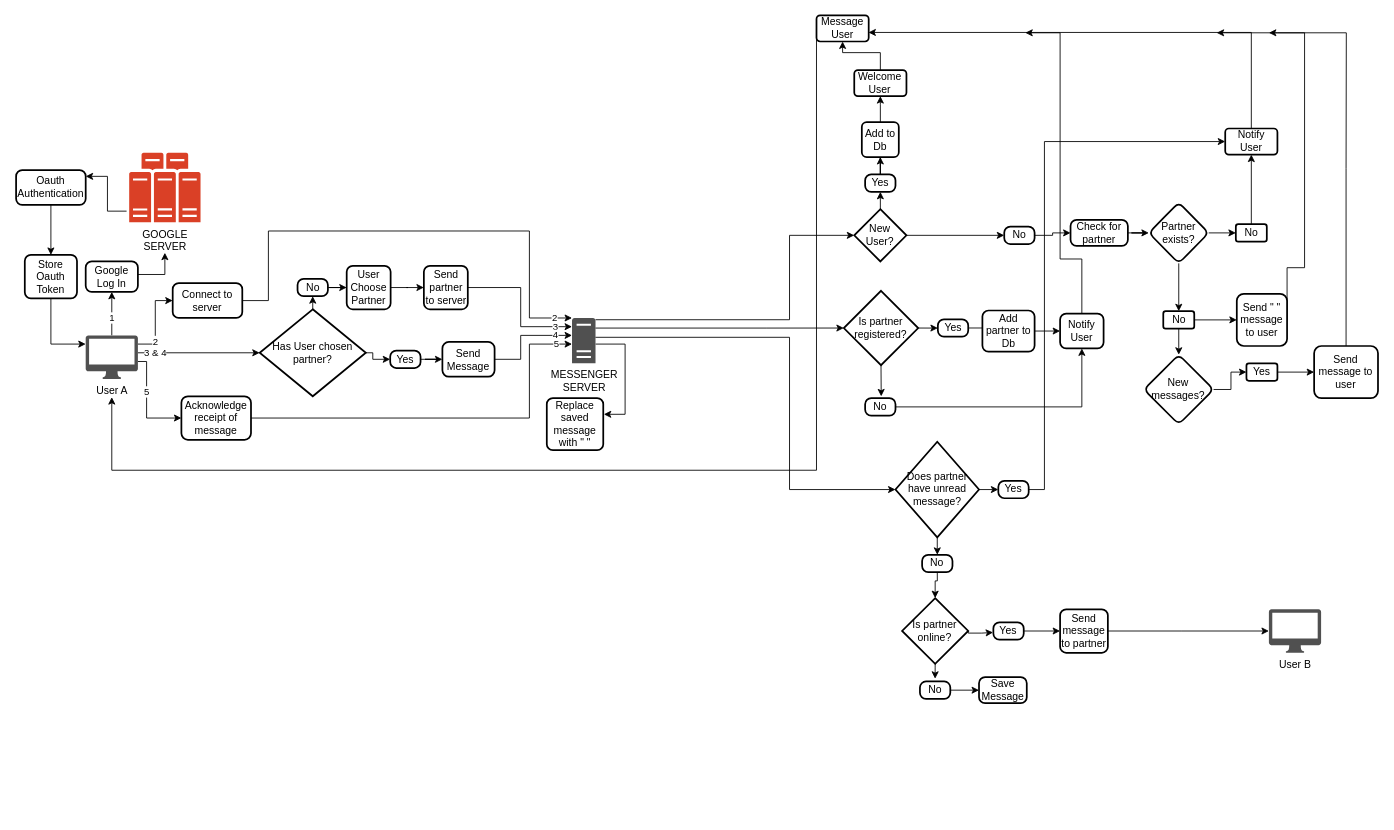
Above: mini_messenger_flowchart.drawio in gitupwithit/mini_messenger_extension (draw.io), before the change. Source tidied: cells renumbered, new cells numbered last; positions are measured from the earlier drawing's top-left corner, leaving out a move shared by most shapes. Both pictures are drawn from the tidied source at 87%, with x=0, y=0 at pixel (16, 15).
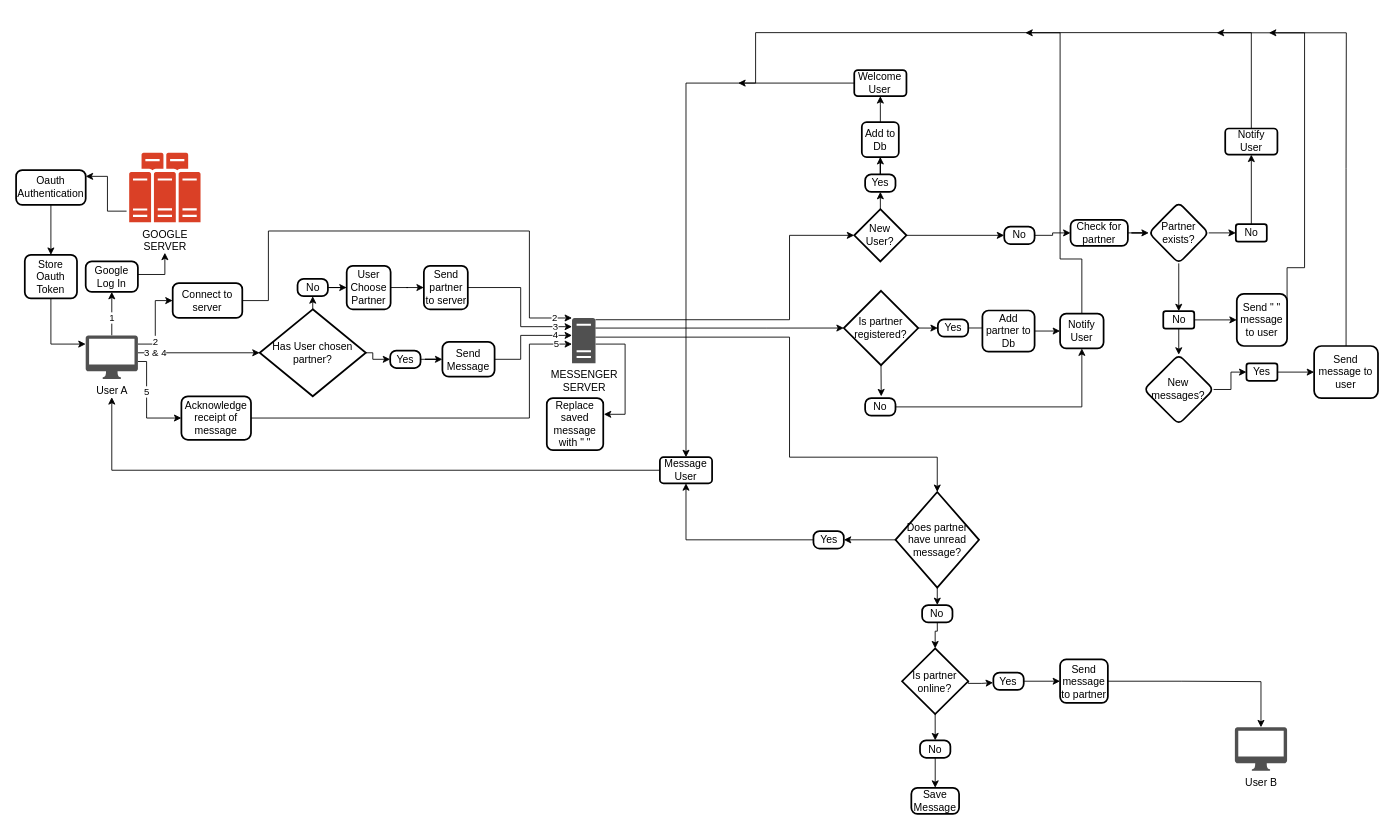
After the change.

The change refers to these unchanged cells:
```xml
<mxCell id="11" value="MESSENGER&lt;br&gt;SERVER" style="sketch=0;shadow=0;dashed=0;html=1;strokeColor=none;fillColor=#505050;labelPosition=center;verticalLabelPosition=bottom;verticalAlign=top;outlineConnect=0;align=center;shape=mxgraph.office.servers.server_generic;points=[[0.11,0.94,0,0,0],[0.5,1,0,0,34],[1,1,0,2,3]];" parent="1" vertex="1">
  <mxGeometry x="639" y="348" width="27" height="52" as="geometry" />
</mxCell>
<mxCell id="40" value="Notify&lt;div&gt;User&lt;/div&gt;" style="whiteSpace=wrap;html=1;rounded=1;arcSize=14;strokeWidth=2;" parent="1" vertex="1">
  <mxGeometry x="1389.8" y="130.2" width="60" height="30" as="geometry" />
</mxCell>
```

Diff of the diagram source:
```diff
@@
-    <mxCell id="39" style="edgeStyle=orthogonalEdgeStyle;rounded=0;jettySize=auto;html=1;exitX=0.5;exitY=0;exitDx=0;exitDy=0;entryX=0.995;entryY=0.653;entryDx=0;entryDy=0;entryPerimeter=0;" parent="1" edge="1" source="40" target="99">
+    <mxCell id="39" style="edgeStyle=orthogonalEdgeStyle;rounded=0;jettySize=auto;html=1;exitX=0.5;exitY=0;exitDx=0;exitDy=0;" parent="1" edge="1" source="40">
       <mxGeometry relative="1" as="geometry">
+        <mxPoint x="830" y="78" as="targetPoint" />
         <Array as="points">
-          <mxPoint x="1420" y="20.2" />
-          <mxPoint x="980" y="20.2" />
+          <mxPoint x="1420" y="20" />
+          <mxPoint x="850" y="20" />
+          <mxPoint x="850" y="78" />
         </Array>
       </mxGeometry>
     </mxCell>
@@
+    <mxCell id="81" style="edgeStyle=orthogonalEdgeStyle;rounded=0;jettySize=auto;html=1;exitX=0.5;exitY=1;exitDx=0;exitDy=0;exitPerimeter=0;entryX=0.5;entryY=0;entryDx=0;entryDy=0;" parent="1" edge="1" source="75" target="79">
+      <mxGeometry relative="1" as="geometry" />
+    </mxCell>
     <mxCell id="75" value="&lt;span style=&quot;background-color: initial;&quot;&gt;Is partner online?&lt;/span&gt;" style="strokeWidth=2;html=1;shape=mxgraph.flowchart.decision;whiteSpace=wrap;" parent="1" vertex="1">
-      <mxGeometry x="1018.4" y="670" width="76" height="75.5" as="geometry" />
+      <mxGeometry x="1018.4" y="727.8" width="76" height="75.5" as="geometry" />
     </mxCell>
@@
     <mxCell id="77" value="Yes" style="rounded=1;whiteSpace=wrap;html=1;absoluteArcSize=1;arcSize=14;strokeWidth=2;" parent="1" vertex="1">
-      <mxGeometry x="1123.3" y="697.8" width="34.9" height="20" as="geometry" />
+      <mxGeometry x="1123.3" y="755.5" width="34.9" height="20" as="geometry" />
     </mxCell>
-    <mxCell id="78" style="edgeStyle=orthogonalEdgeStyle;rounded=0;jettySize=auto;html=1;exitX=1;exitY=0.5;exitDx=0;exitDy=0;entryX=0;entryY=0.5;entryDx=0;entryDy=0;" parent="1" edge="1" source="79" target="86">
+    <mxCell id="78" style="edgeStyle=orthogonalEdgeStyle;rounded=0;jettySize=auto;html=1;exitX=0.5;exitY=1;exitDx=0;exitDy=0;entryX=0.5;entryY=0;entryDx=0;entryDy=0;" parent="1" edge="1" source="79" target="86">
       <mxGeometry relative="1" as="geometry" />
     </mxCell>
     <mxCell id="79" value="No" style="rounded=1;whiteSpace=wrap;html=1;absoluteArcSize=1;arcSize=14;strokeWidth=2;" parent="1" vertex="1">
-      <mxGeometry x="1038.9" y="765.8" width="34.9" height="20" as="geometry" />
+      <mxGeometry x="1039" y="833.5" width="34.9" height="20" as="geometry" />
     </mxCell>
     <mxCell id="80" style="edgeStyle=orthogonalEdgeStyle;rounded=0;jettySize=auto;html=1;exitX=1;exitY=0.5;exitDx=0;exitDy=0;exitPerimeter=0;entryX=-0.01;entryY=0.584;entryDx=0;entryDy=0;entryPerimeter=0;" parent="1" edge="1" source="75" target="77">
       <mxGeometry relative="1" as="geometry">
         <Array as="points">
-          <mxPoint x="1094" y="710.2" />
-          <mxPoint x="1110" y="710.2" />
+          <mxPoint x="1094" y="768" />
+          <mxPoint x="1110" y="768" />
         </Array>
       </mxGeometry>
     </mxCell>
-    <mxCell id="81" style="edgeStyle=orthogonalEdgeStyle;rounded=0;jettySize=auto;html=1;exitX=0.5;exitY=1;exitDx=0;exitDy=0;exitPerimeter=0;entryX=0.5;entryY=-0.159;entryDx=0;entryDy=0;entryPerimeter=0;" parent="1" edge="1" source="75" target="79">
-      <mxGeometry relative="1" as="geometry">
-        <Array as="points">
-          <mxPoint x="1056" y="750.2" />
-          <mxPoint x="1056" y="750.2" />
-        </Array>
-      </mxGeometry>
-    </mxCell>
-    <mxCell id="82" style="edgeStyle=orthogonalEdgeStyle;rounded=0;jettySize=auto;html=1;entryX=0;entryY=0.5;entryDx=0;entryDy=0;entryPerimeter=0;" parent="1" edge="1" source="11" target="89">
+    <mxCell id="82" style="edgeStyle=orthogonalEdgeStyle;rounded=0;jettySize=auto;html=1;entryX=0.5;entryY=0;entryDx=0;entryDy=0;entryPerimeter=0;" parent="1" edge="1" source="11" target="89">
       <mxGeometry relative="1" as="geometry">
         <Array as="points">
-          <mxPoint x="889" y="370.2" />
-          <mxPoint x="889" y="545.2" />
+          <mxPoint x="889" y="370" />
+          <mxPoint x="889" y="508" />
+          <mxPoint x="1059" y="508" />
         </Array>
       </mxGeometry>
     </mxCell>
     <mxCell id="83" value="User B" style="sketch=0;shadow=0;dashed=0;html=1;strokeColor=none;fillColor=#505050;labelPosition=center;verticalLabelPosition=bottom;verticalAlign=top;outlineConnect=0;align=center;shape=mxgraph.office.devices.mac_client;points=[[0,0,0,-37,-3],[0.5,1,0,0,21]];" parent="1" vertex="1">
-      <mxGeometry x="1440" y="682.8" width="60" height="50" as="geometry" />
+      <mxGeometry x="1400.9" y="818.5" width="60" height="50" as="geometry" />
     </mxCell>
     <mxCell id="84" value="Send message to partner" style="rounded=1;whiteSpace=wrap;html=1;absoluteArcSize=1;arcSize=14;strokeWidth=2;" parent="1" vertex="1">
-      <mxGeometry x="1200" y="682.8" width="54.9" height="50" as="geometry" />
+      <mxGeometry x="1200" y="740.5" width="54.9" height="50" as="geometry" />
     </mxCell>
     <mxCell id="85" style="edgeStyle=orthogonalEdgeStyle;rounded=0;jettySize=auto;html=1;exitX=1;exitY=0.5;exitDx=0;exitDy=0;" parent="1" edge="1" source="84" target="83">
       <mxGeometry relative="1" as="geometry">
         <Array as="points">
-          <mxPoint x="1340" y="708.2" />
-          <mxPoint x="1380" y="708.2" />
+          <mxPoint x="1340" y="766" />
+          <mxPoint x="1380" y="766" />
         </Array>
       </mxGeometry>
     </mxCell>
     <mxCell id="86" value="Save Message" style="rounded=1;whiteSpace=wrap;html=1;absoluteArcSize=1;arcSize=14;strokeWidth=2;" parent="1" vertex="1">
-      <mxGeometry x="1106.8" y="760.8" width="54.9" height="30" as="geometry" />
+      <mxGeometry x="1029" y="888" width="54.9" height="30" as="geometry" />
     </mxCell>
     <mxCell id="87" style="edgeStyle=orthogonalEdgeStyle;rounded=0;jettySize=auto;html=1;exitX=0.5;exitY=1;exitDx=0;exitDy=0;exitPerimeter=0;entryX=0.5;entryY=0;entryDx=0;entryDy=0;" parent="1" edge="1" source="89" target="92">
       <mxGeometry relative="1" as="geometry">
         <Array as="points">
-          <mxPoint x="1059" y="600.2" />
-          <mxPoint x="1059" y="620.2" />
+          <mxPoint x="1059" y="658" />
+          <mxPoint x="1059" y="678" />
         </Array>
       </mxGeometry>
     </mxCell>
-    <mxCell id="88" style="edgeStyle=orthogonalEdgeStyle;rounded=0;jettySize=auto;html=1;exitX=1;exitY=0.5;exitDx=0;exitDy=0;exitPerimeter=0;entryX=0;entryY=0.5;entryDx=0;entryDy=0;" parent="1" edge="1" source="89" target="91">
+    <mxCell id="88" style="edgeStyle=orthogonalEdgeStyle;rounded=0;jettySize=auto;html=1;exitX=0;exitY=0.5;exitDx=0;exitDy=0;exitPerimeter=0;entryX=1;entryY=0.5;entryDx=0;entryDy=0;" parent="1" edge="1" source="89" target="91">
       <mxGeometry relative="1" as="geometry" />
     </mxCell>
     <mxCell id="89" value="&lt;span style=&quot;background-color: initial;&quot;&gt;Does partner have unread message?&lt;/span&gt;" style="strokeWidth=2;html=1;shape=mxgraph.flowchart.decision;whiteSpace=wrap;" parent="1" vertex="1">
-      <mxGeometry x="1010.8" y="490.2" width="96" height="110" as="geometry" />
+      <mxGeometry x="1010.8" y="548" width="96" height="110" as="geometry" />
     </mxCell>
-    <mxCell id="90" style="edgeStyle=orthogonalEdgeStyle;rounded=0;jettySize=auto;html=1;exitX=1;exitY=0.5;exitDx=0;exitDy=0;entryX=0;entryY=0.5;entryDx=0;entryDy=0;" parent="1" edge="1" source="91" target="40">
-      <mxGeometry relative="1" as="geometry">
-        <Array as="points">
-          <mxPoint x="1182" y="545.2" />
-          <mxPoint x="1182" y="145.2" />
-        </Array>
-      </mxGeometry>
-    </mxCell>
+    <mxCell id="100" style="edgeStyle=orthogonalEdgeStyle;rounded=0;jettySize=auto;html=1;exitX=0;exitY=0.5;exitDx=0;exitDy=0;entryX=0.5;entryY=1;entryDx=0;entryDy=0;" parent="1" edge="1" source="91" target="99">
+      <mxGeometry relative="1" as="geometry" />
+    </mxCell>
     <mxCell id="91" value="Yes" style="rounded=1;whiteSpace=wrap;html=1;absoluteArcSize=1;arcSize=14;strokeWidth=2;" parent="1" vertex="1">
-      <mxGeometry x="1129" y="535.2" width="34.9" height="20" as="geometry" />
+      <mxGeometry x="916.5" y="593" width="34.9" height="20" as="geometry" />
     </mxCell>
     <mxCell id="92" value="No" style="rounded=1;whiteSpace=wrap;html=1;absoluteArcSize=1;arcSize=14;strokeWidth=2;" parent="1" vertex="1">
-      <mxGeometry x="1041.4" y="620.2" width="34.9" height="20" as="geometry" />
+      <mxGeometry x="1041.4" y="678" width="34.9" height="20" as="geometry" />
     </mxCell>
     <mxCell id="93" style="edgeStyle=orthogonalEdgeStyle;rounded=0;jettySize=auto;html=1;exitX=0.5;exitY=1;exitDx=0;exitDy=0;entryX=0.5;entryY=0;entryDx=0;entryDy=0;entryPerimeter=0;" parent="1" edge="1" source="92" target="75">
       <mxGeometry relative="1" as="geometry">
         <Array as="points">
-          <mxPoint x="1059" y="650.2" />
-          <mxPoint x="1057" y="650.2" />
+          <mxPoint x="1059" y="708" />
+          <mxPoint x="1057" y="708" />
         </Array>
       </mxGeometry>
     </mxCell>
@@
     <mxCell id="99" value="Message User" style="whiteSpace=wrap;html=1;rounded=1;arcSize=14;strokeWidth=2;" parent="1" vertex="1">
-      <mxGeometry x="920" y="0.2" width="60" height="30" as="geometry" />
+      <mxGeometry x="740" y="508" width="60" height="30" as="geometry" />
     </mxCell>
```
